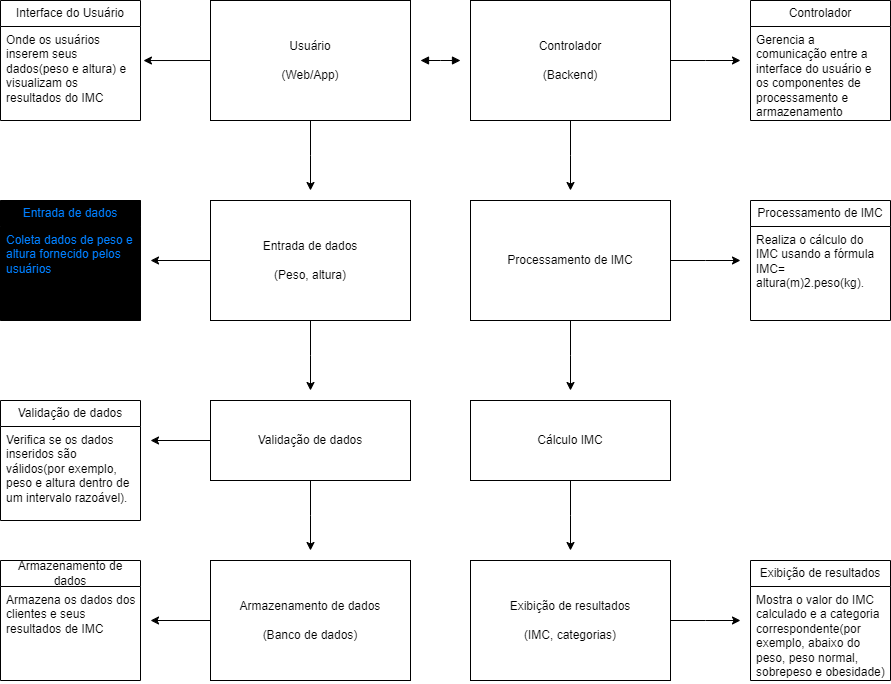
Zaibam/Desenvolvimento-De-Sistemas-1 keeps this draw.io diagram as Imc.drawio.png. Above is the earlier version. Source tidied: cells renumbered, new cells last; positions are measured from the earlier drawing's top-left corner, leaving out a move shared by most shapes.
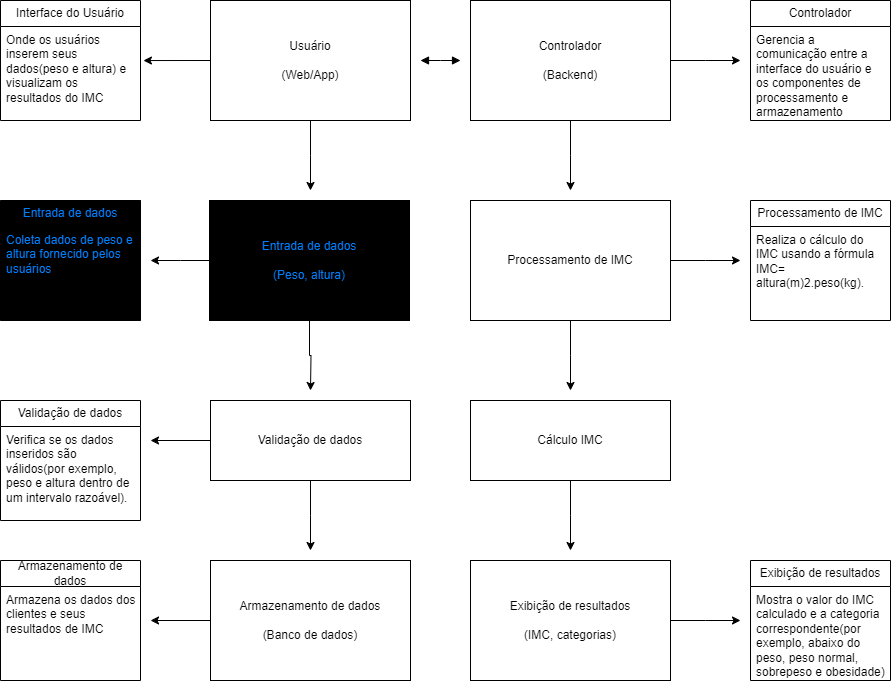
After the commit.

Diff of the diagram source:
```diff
@@ -33,8 +33,8 @@
         <mxPoint x="150" y="260" as="targetPoint" />
       </mxGeometry>
     </mxCell>
-    <mxCell id="9" value="Entrada de dados&lt;br&gt;&lt;br&gt;(Peso, altura)" style="html=1;whiteSpace=wrap;" parent="1" vertex="1">
-      <mxGeometry x="210" y="200" width="200" height="120" as="geometry" />
+    <mxCell id="9" value="Entrada de dados&lt;br&gt;&lt;br&gt;(Peso, altura)" style="html=1;whiteSpace=wrap;fillColor=#000000;fontColor=#007FFF;" parent="1" vertex="1">
+      <mxGeometry x="209" y="200" width="200" height="120" as="geometry" />
     </mxCell>
     <mxCell id="10" style="edgeStyle=orthogonalEdgeStyle;rounded=0;jettySize=auto;html=1;exitX=0.5;exitY=1;exitDx=0;exitDy=0;" parent="1" edge="1" source="12">
       <mxGeometry relative="1" as="geometry">
```
